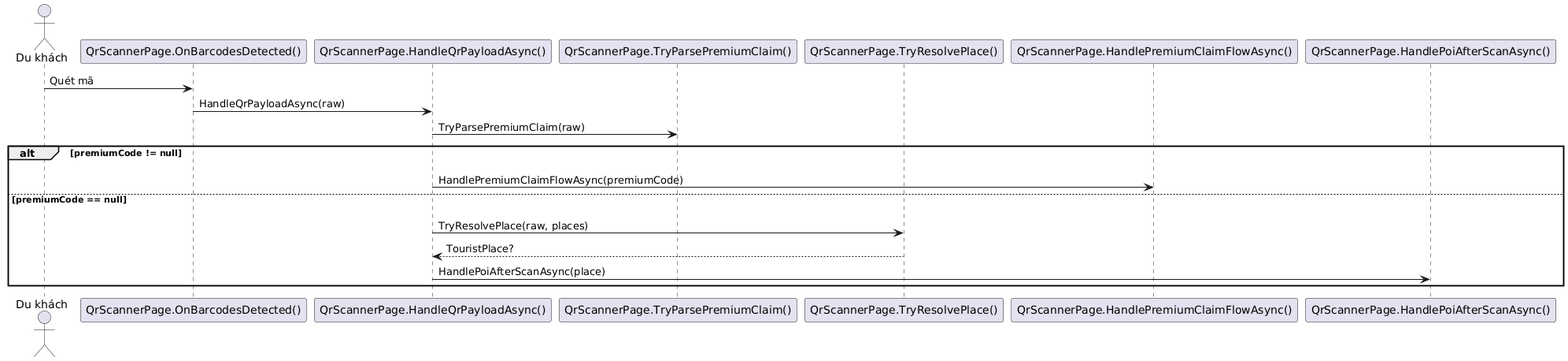
The PlantUML diagram Diagrams/SE DuKhach QuetQR.png in hoangtri22/TravelGuide, before a commit. The source it was exported from:
```plantuml
@startuml
actor "Du khách" as USER
participant "QrScannerPage.OnBarcodesDetected()" as SCAN
participant "QrScannerPage.HandleQrPayloadAsync()" as HANDLER
participant "QrScannerPage.TryParsePremiumClaim()" as PARSEPREM
participant "QrScannerPage.TryResolvePlace()" as RESOLVE
participant "QrScannerPage.HandlePremiumClaimFlowAsync()" as PREM
participant "QrScannerPage.HandlePoiAfterScanAsync()" as POI

USER -> SCAN: Quét mã
SCAN -> HANDLER: HandleQrPayloadAsync(raw)
HANDLER -> PARSEPREM: TryParsePremiumClaim(raw)
alt premiumCode != null
  USER -[hidden]-> POI
  HANDLER -> PREM: HandlePremiumClaimFlowAsync(premiumCode)
else premiumCode == null
  USER -[hidden]-> POI
  HANDLER -> RESOLVE: TryResolvePlace(raw, places)
  RESOLVE --> HANDLER: TouristPlace?
  HANDLER -> POI: HandlePoiAfterScanAsync(place)
end
@enduml
```
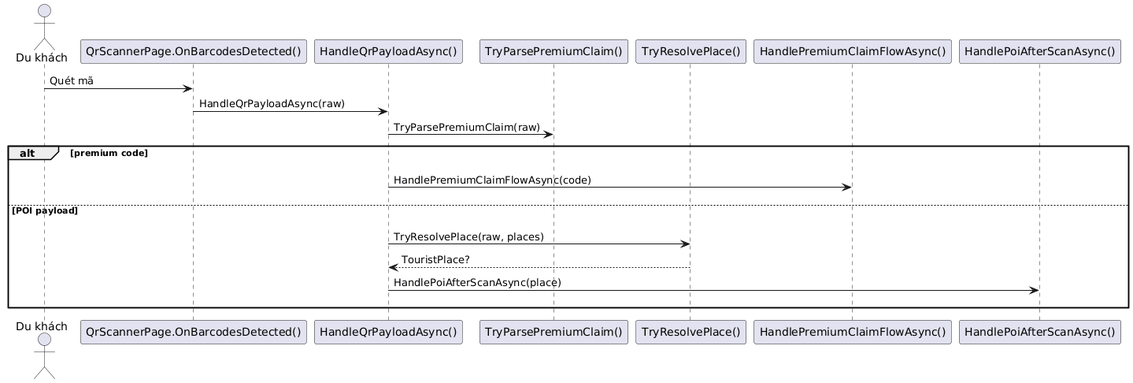
Above is the later version.

Diff of the diagram source:
```diff
@@ -1,22 +1,23 @@
 @startuml
-actor "Du khách" as USER
-participant "QrScannerPage.OnBarcodesDetected()" as SCAN
-participant "QrScannerPage.HandleQrPayloadAsync()" as HANDLER
-participant "QrScannerPage.TryParsePremiumClaim()" as PARSEPREM
-participant "QrScannerPage.TryResolvePlace()" as RESOLVE
-participant "QrScannerPage.HandlePremiumClaimFlowAsync()" as PREM
-participant "QrScannerPage.HandlePoiAfterScanAsync()" as POI
-
-USER -> SCAN: Quét mã
-SCAN -> HANDLER: HandleQrPayloadAsync(raw)
-HANDLER -> PARSEPREM: TryParsePremiumClaim(raw)
-alt premiumCode != null
-  USER -[hidden]-> POI
-  HANDLER -> PREM: HandlePremiumClaimFlowAsync(premiumCode)
-else premiumCode == null
-  USER -[hidden]-> POI
-  HANDLER -> RESOLVE: TryResolvePlace(raw, places)
-  RESOLVE --> HANDLER: TouristPlace?
-  HANDLER -> POI: HandlePoiAfterScanAsync(place)
+actor "Du khách" as U
+participant "QrScannerPage.OnBarcodesDetected()" as DETECT
+participant "HandleQrPayloadAsync()" as HANDLE
+participant "TryParsePremiumClaim()" as CLAIM
+participant "TryResolvePlace()" as RESOLVE
+participant "HandlePremiumClaimFlowAsync()" as PREMIUM
+participant "HandlePoiAfterScanAsync()" as POI
+U -> DETECT : Quét mã
+DETECT -> HANDLE : HandleQrPayloadAsync(raw)
+HANDLE -> CLAIM : TryParsePremiumClaim(raw)
+alt premium code
+  U -[hidden]-> POI
+  HANDLE -> PREMIUM : HandlePremiumClaimFlowAsync(code)
+  POI -[hidden]-> U
+else POI payload
+  U -[hidden]-> POI
+  HANDLE -> RESOLVE : TryResolvePlace(raw, places)
+  RESOLVE --> HANDLE : TouristPlace?
+  HANDLE -> POI : HandlePoiAfterScanAsync(place)
+  POI -[hidden]-> U
 end
 @enduml
```
